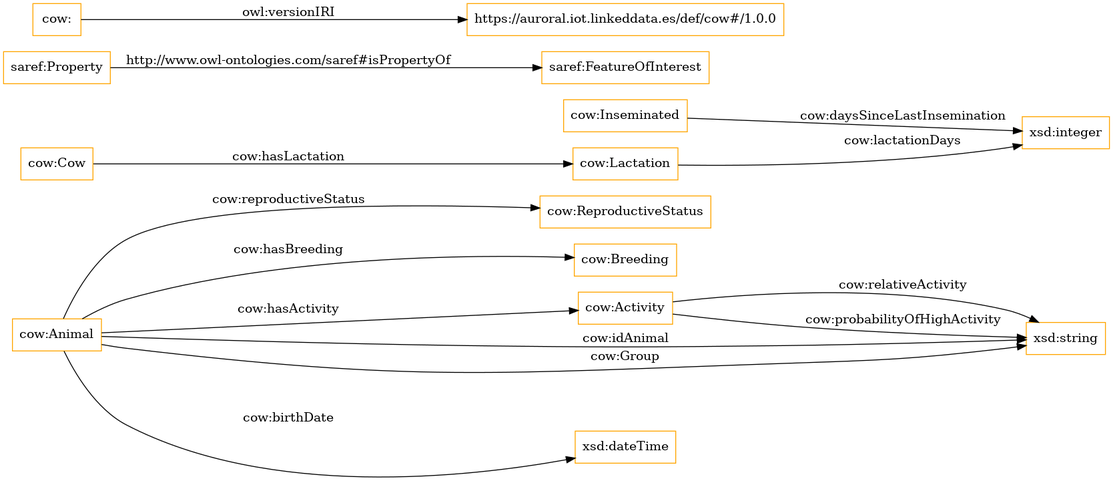
Above: OnToology/Ontology/cow-ontology.ttl/diagrams/ar2dtool-class/cow-ontology.ttl.png in oeg-upm/auroral-cow-ontology (Graphviz), before the change. Its source is kept beside it as OnToology/Ontology/cow-ontology.ttl/diagrams/ar2dtool-class/cow-ontology.ttl.png.dot. Its diagram source:
```dot
digraph ar2dtool_diagram {
rankdir=LR;
size="1501"
node [shape = rectangle, color="orange"]; "cow:ReproductiveStatus" "cow:Lactation" "saref:Property" "saref:FeatureOfInterest" "cow:Cow" "cow:Animal" "cow:Breeding" "cow:Activity" "cow:Inseminated" ; /*classes style*/
	"cow:" -> "https://auroral.iot.linkeddata.es/def/cow#/1.0.0" [ label = "owl:versionIRI" ];
	"cow:Animal" -> "xsd:string" [ label = "cow:idAnimal" ];
	"cow:Animal" -> "xsd:string" [ label = "cow:Group" ];
	"cow:Animal" -> "cow:Breeding" [ label = "cow:hasBreeding" ];
	"cow:Animal" -> "xsd:dateTime" [ label = "cow:birthDate" ];
	"cow:Activity" -> "xsd:string" [ label = "cow:relativeActivity" ];
	"saref:Property" -> "saref:FeatureOfInterest" [ label = "http://www.owl-ontologies.com/saref#isPropertyOf" ];
	"cow:Activity" -> "xsd:string" [ label = "cow:probabilityOfHighActivity" ];
	"cow:Animal" -> "cow:Activity" [ label = "cow:hasActivity" ];
	"cow:Lactation" -> "xsd:integer" [ label = "cow:lactationDays" ];
	"cow:Cow" -> "cow:Lactation" [ label = "cow:hasLactation" ];
	"cow:Animal" -> "cow:ReproductiveStatus" [ label = "cow:reproductiveStatus" ];
	"cow:Inseminated" -> "xsd:integer" [ label = "cow:daysSinceLastInsemination" ];

}
```
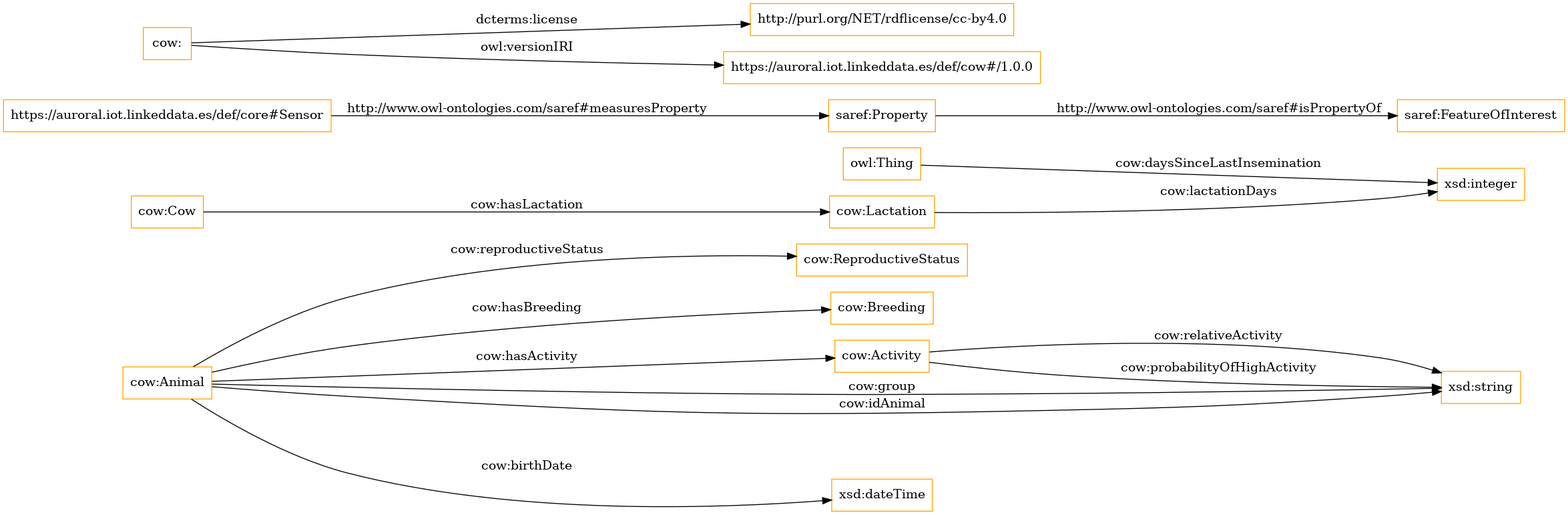
The same diagram one commit later.

Diff of the diagram source:
```diff
@@ -1,19 +1,21 @@
 digraph ar2dtool_diagram {
 rankdir=LR;
 size="1501"
-node [shape = rectangle, color="orange"]; "cow:ReproductiveStatus" "cow:Lactation" "saref:Property" "saref:FeatureOfInterest" "cow:Cow" "cow:Animal" "cow:Breeding" "cow:Activity" "cow:Inseminated" ; /*classes style*/
+node [shape = rectangle, color="orange"]; "cow:ReproductiveStatus" "cow:Lactation" "saref:Property" "saref:FeatureOfInterest" "cow:Cow" "cow:Animal" "cow:Breeding" "cow:Activity" "https://auroral.iot.linkeddata.es/def/core#Sensor" ; /*classes style*/
+	"cow:" -> "http://purl.org/NET/rdflicense/cc-by4.0" [ label = "dcterms:license" ];
 	"cow:" -> "https://auroral.iot.linkeddata.es/def/cow#/1.0.0" [ label = "owl:versionIRI" ];
-	"cow:Animal" -> "xsd:string" [ label = "cow:idAnimal" ];
-	"cow:Animal" -> "xsd:string" [ label = "cow:Group" ];
+	"cow:Animal" -> "xsd:string" [ label = "cow:group" ];
+	"https://auroral.iot.linkeddata.es/def/core#Sensor" -> "saref:Property" [ label = "http://www.owl-ontologies.com/saref#measuresProperty" ];
 	"cow:Animal" -> "cow:Breeding" [ label = "cow:hasBreeding" ];
-	"cow:Animal" -> "xsd:dateTime" [ label = "cow:birthDate" ];
 	"cow:Activity" -> "xsd:string" [ label = "cow:relativeActivity" ];
 	"saref:Property" -> "saref:FeatureOfInterest" [ label = "http://www.owl-ontologies.com/saref#isPropertyOf" ];
 	"cow:Activity" -> "xsd:string" [ label = "cow:probabilityOfHighActivity" ];
-	"cow:Animal" -> "cow:Activity" [ label = "cow:hasActivity" ];
 	"cow:Lactation" -> "xsd:integer" [ label = "cow:lactationDays" ];
 	"cow:Cow" -> "cow:Lactation" [ label = "cow:hasLactation" ];
 	"cow:Animal" -> "cow:ReproductiveStatus" [ label = "cow:reproductiveStatus" ];
-	"cow:Inseminated" -> "xsd:integer" [ label = "cow:daysSinceLastInsemination" ];
+	"cow:Animal" -> "xsd:string" [ label = "cow:idAnimal" ];
+	"cow:Animal" -> "xsd:dateTime" [ label = "cow:birthDate" ];
+	"cow:Animal" -> "cow:Activity" [ label = "cow:hasActivity" ];
+	"owl:Thing" -> "xsd:integer" [ label = "cow:daysSinceLastInsemination" ];
 
 }
```
